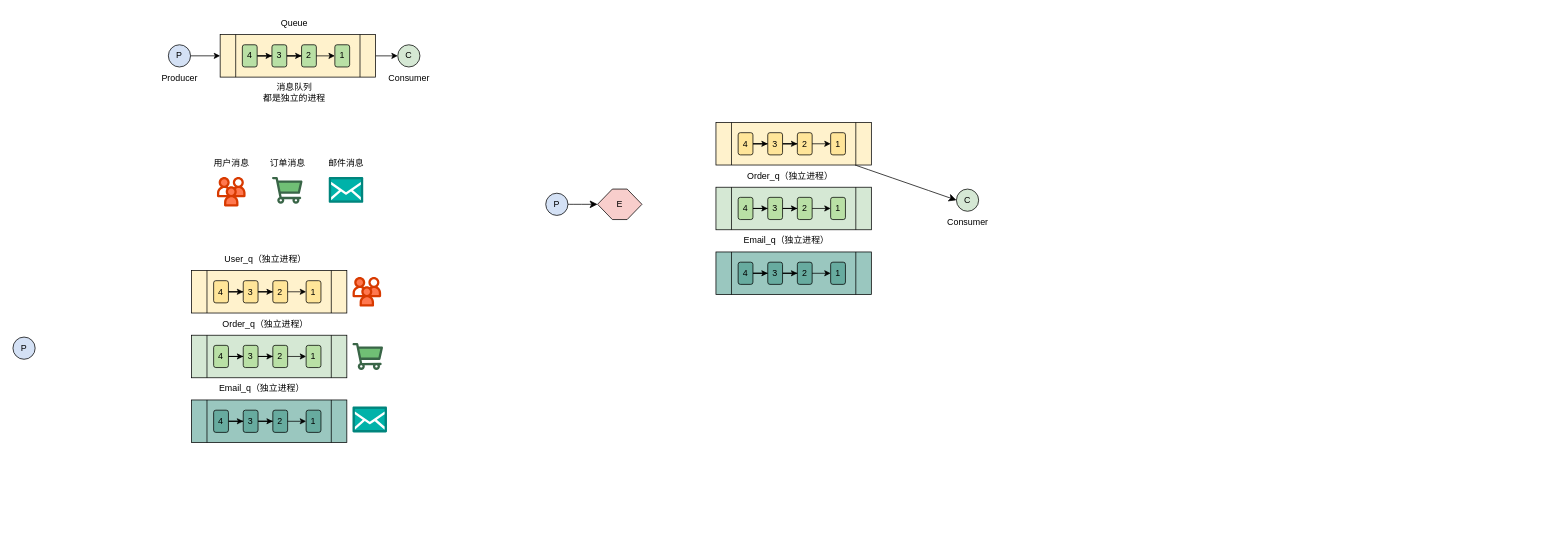
Earlier version of the draw.io diagram Drawio/RabbitMQ.drawio (RainbowJier/RabbitMQ). Source tidied: cells renumbered, new cells numbered last; positions are measured from the earlier drawing's top-left corner, leaving out a move shared by most shapes. Both pictures are drawn from the tidied source at 74%, with x=0, y=0 at pixel (13, 12).
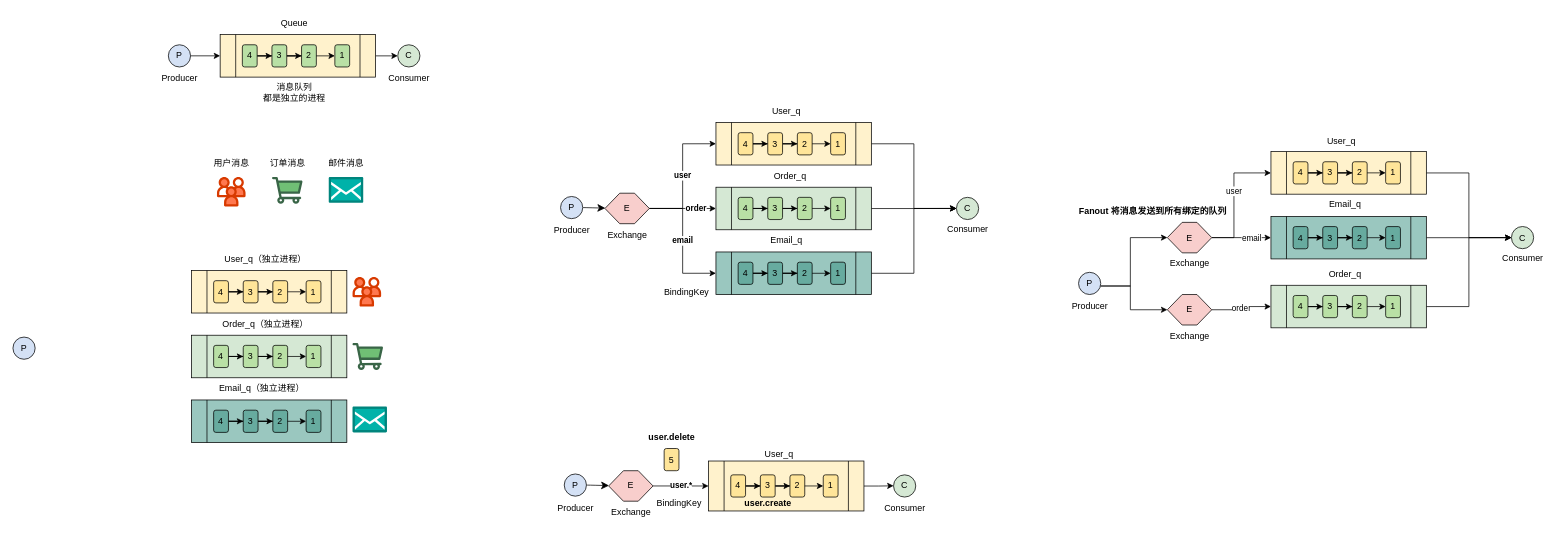
The same diagram, later.

The change refers to these unchanged cells:
```xml
<mxCell id="57" style="shape=process;whiteSpace=wrap;html=1;backgroundOutline=1;fillColor=#FFF2CC;" parent="1" vertex="1">
  <mxGeometry x="950" y="149" width="210" height="57.5" as="geometry" />
</mxCell>
<mxCell id="65" style="shape=process;whiteSpace=wrap;html=1;backgroundOutline=1;fillColor=#D5E8D4;" parent="1" vertex="1">
  <mxGeometry x="950" y="236.5" width="210" height="57.5" as="geometry" />
</mxCell>
<mxCell id="74" style="shape=process;whiteSpace=wrap;html=1;backgroundOutline=1;fillColor=#9AC7BF;" parent="1" vertex="1">
  <mxGeometry x="950" y="324" width="210" height="57.5" as="geometry" />
</mxCell>
```

Diff of the diagram source:
```diff
@@
-    <mxCell id="56" style="edgeStyle=none;curved=1;rounded=0;jettySize=auto;html=1;entryX=0;entryY=0.5;entryDx=0;entryDy=0;fontSize=12;startSize=8;endSize=8;" parent="1" edge="1" source="57" target="86">
+    <mxCell id="56" style="edgeStyle=orthogonalEdgeStyle;rounded=0;jettySize=auto;html=1;entryX=0;entryY=0.5;entryDx=0;entryDy=0;" parent="1" edge="1" source="57" target="86">
       <mxGeometry relative="1" as="geometry" />
     </mxCell>
@@
+    <mxCell id="88" style="edgeStyle=orthogonalEdgeStyle;rounded=0;jettySize=auto;html=1;entryX=0;entryY=0.5;entryDx=0;entryDy=0;" parent="1" edge="1" source="65" target="86">
+      <mxGeometry relative="1" as="geometry" />
+    </mxCell>
@@
-    <mxCell id="73" value="Order_q（独立进程）" style="text;html=1;align=center;verticalAlign=middle;strokeColor=none;fillColor=none;" parent="1" vertex="1">
-      <mxGeometry x="980" y="206.5" width="140" height="30" as="geometry" />
+    <mxCell id="73" value="Order_q" style="text;html=1;align=center;verticalAlign=middle;strokeColor=none;fillColor=none;" parent="1" vertex="1">
+      <mxGeometry x="1015" y="206.5" width="70" height="30" as="geometry" />
     </mxCell>
+    <mxCell id="89" style="edgeStyle=orthogonalEdgeStyle;rounded=0;jettySize=auto;html=1;entryX=0;entryY=0.5;entryDx=0;entryDy=0;" parent="1" edge="1" source="74" target="86">
+      <mxGeometry relative="1" as="geometry" />
+    </mxCell>
@@
-    <mxCell id="82" value="Email_q（独立进程）" style="text;html=1;align=center;verticalAlign=middle;strokeColor=none;fillColor=none;" parent="1" vertex="1">
-      <mxGeometry x="975" y="294" width="140" height="30" as="geometry" />
+    <mxCell id="82" value="Email_q" style="text;html=1;align=center;verticalAlign=middle;strokeColor=none;fillColor=none;" parent="1" vertex="1">
+      <mxGeometry x="1010" y="294" width="70" height="30" as="geometry" />
     </mxCell>
@@
     <mxCell id="84" value="P" style="ellipse;whiteSpace=wrap;html=1;fillColor=#D4E1F5;" parent="1" vertex="1">
-      <mxGeometry x="720" y="244.6" width="30" height="30" as="geometry" />
+      <mxGeometry x="740" y="249" width="30" height="30" as="geometry" />
     </mxCell>
+    <mxCell id="90" value="user" style="edgeStyle=orthogonalEdgeStyle;rounded=0;jettySize=auto;html=1;entryX=0;entryY=0.5;entryDx=0;entryDy=0;fontStyle=1;" parent="1" edge="1" source="85" target="57">
+      <mxGeometry relative="1" as="geometry" />
+    </mxCell>
+    <mxCell id="91" value="order" style="edgeStyle=orthogonalEdgeStyle;rounded=0;jettySize=auto;html=1;entryX=0;entryY=0.5;entryDx=0;entryDy=0;fontStyle=1;" parent="1" edge="1" source="85" target="65">
+      <mxGeometry x="0.4" relative="1" as="geometry" />
+    </mxCell>
+    <mxCell id="92" value="email" style="edgeStyle=orthogonalEdgeStyle;rounded=0;jettySize=auto;html=1;entryX=0;entryY=0.5;entryDx=0;entryDy=0;fontStyle=1;" parent="1" edge="1" source="85" target="74">
+      <mxGeometry relative="1" as="geometry" />
+    </mxCell>
     <mxCell id="85" value="E" style="shape=hexagon;perimeter=hexagonPerimeter2;whiteSpace=wrap;html=1;fixedSize=1;fillColor=#F8CECC;" parent="1" vertex="1">
-      <mxGeometry x="790" y="239" width="60" height="41.2" as="geometry" />
+      <mxGeometry x="800" y="244.6" width="60" height="41.2" as="geometry" />
     </mxCell>
     <mxCell id="86" value="C" style="ellipse;whiteSpace=wrap;html=1;fillColor=#D5E8D4;" parent="1" vertex="1">
-      <mxGeometry x="1275" y="239" width="30" height="30" as="geometry" />
+      <mxGeometry x="1275" y="250.2" width="30" height="30" as="geometry" />
     </mxCell>
     <mxCell id="87" value="Consumer" style="text;html=1;align=center;verticalAlign=middle;strokeColor=none;fillColor=none;" parent="1" vertex="1">
-      <mxGeometry x="1250" y="269" width="80" height="30" as="geometry" />
+      <mxGeometry x="1250" y="279" width="80" height="30" as="geometry" />
     </mxCell>
+    <mxCell id="93" value="User_q" style="text;html=1;align=center;verticalAlign=middle;strokeColor=none;fillColor=none;" parent="1" vertex="1">
+      <mxGeometry x="1015" y="119" width="60" height="30" as="geometry" />
+    </mxCell>
+    <mxCell id="94" value="Producer" style="text;html=1;align=center;verticalAlign=middle;strokeColor=none;fillColor=none;" parent="1" vertex="1">
+      <mxGeometry x="720" y="280.2" width="70" height="30" as="geometry" />
+    </mxCell>
+    <mxCell id="95" value="Exchange" style="text;html=1;align=center;verticalAlign=middle;strokeColor=none;fillColor=none;" parent="1" vertex="1">
+      <mxGeometry x="790" y="285.9" width="80" height="30" as="geometry" />
+    </mxCell>
+    <mxCell id="96" value="&lt;blockquote style=&quot;margin: 0 0 0 40px; border: none; padding: 0px;&quot;&gt;BindingKey&lt;/blockquote&gt;" style="text;html=1;align=center;verticalAlign=middle;strokeColor=none;fillColor=none;" parent="1" vertex="1">
+      <mxGeometry x="830" y="362.8" width="120" height="30" as="geometry" />
+    </mxCell>
+    <mxCell id="97" style="edgeStyle=orthogonalEdgeStyle;rounded=0;jettySize=auto;html=1;" parent="1" edge="1" source="98">
+      <mxGeometry relative="1" as="geometry">
+        <mxPoint x="1190" y="640" as="targetPoint" />
+      </mxGeometry>
+    </mxCell>
+    <mxCell id="98" style="shape=process;whiteSpace=wrap;html=1;backgroundOutline=1;fillColor=#FFF2CC;" parent="1" vertex="1">
+      <mxGeometry x="940" y="606.5" width="210" height="67.5" as="geometry" />
+    </mxCell>
+    <mxCell id="99" style="edgeStyle=orthogonalEdgeStyle;rounded=0;jettySize=auto;html=1;" parent="1" edge="1" source="100" target="102">
+      <mxGeometry relative="1" as="geometry" />
+    </mxCell>
+    <mxCell id="100" value="4" style="rounded=1;whiteSpace=wrap;html=1;fillColor=#FFE599;" parent="1" vertex="1">
+      <mxGeometry x="970" y="625.2" width="20" height="30" as="geometry" />
+    </mxCell>
+    <mxCell id="101" style="edgeStyle=orthogonalEdgeStyle;rounded=0;jettySize=auto;html=1;" parent="1" edge="1" source="102" target="104">
+      <mxGeometry relative="1" as="geometry" />
+    </mxCell>
+    <mxCell id="102" value="3" style="rounded=1;whiteSpace=wrap;html=1;fillColor=#FFE599;" parent="1" vertex="1">
+      <mxGeometry x="1010" y="625.2" width="20" height="30" as="geometry" />
+    </mxCell>
+    <mxCell id="103" style="edgeStyle=orthogonalEdgeStyle;rounded=0;orthogonalLoop=1;jettySize=auto;html=1;" parent="1" edge="1">
+      <mxGeometry relative="1" as="geometry">
+        <mxPoint x="1065" y="640.2" as="sourcePoint" />
+        <mxPoint x="1095" y="640.2" as="targetPoint" />
+      </mxGeometry>
+    </mxCell>
+    <mxCell id="104" value="2" style="rounded=1;whiteSpace=wrap;html=1;fillColor=#FFE599;" parent="1" vertex="1">
+      <mxGeometry x="1050" y="625.2" width="20" height="30" as="geometry" />
+    </mxCell>
+    <mxCell id="105" value="1" style="rounded=1;whiteSpace=wrap;html=1;fillColor=#FFE599;" parent="1" vertex="1">
+      <mxGeometry x="1095" y="625.2" width="20" height="30" as="geometry" />
+    </mxCell>
+    <mxCell id="106" style="edgeStyle=none;curved=1;rounded=0;jettySize=auto;html=1;fontSize=12;startSize=8;endSize=8;" parent="1" edge="1" source="107" target="109">
+      <mxGeometry relative="1" as="geometry" />
+    </mxCell>
+    <mxCell id="107" value="P" style="ellipse;whiteSpace=wrap;html=1;fillColor=#D4E1F5;" parent="1" vertex="1">
+      <mxGeometry x="745" y="624" width="30" height="30" as="geometry" />
+    </mxCell>
+    <mxCell id="108" value="user.*" style="edgeStyle=orthogonalEdgeStyle;rounded=0;jettySize=auto;html=1;entryX=0;entryY=0.5;entryDx=0;entryDy=0;fontStyle=1;" parent="1" edge="1" source="109" target="98">
+      <mxGeometry relative="1" as="geometry" />
+    </mxCell>
+    <mxCell id="109" value="E" style="shape=hexagon;perimeter=hexagonPerimeter2;whiteSpace=wrap;html=1;fixedSize=1;fillColor=#F8CECC;" parent="1" vertex="1">
+      <mxGeometry x="805" y="619.6" width="60" height="41.2" as="geometry" />
+    </mxCell>
+    <mxCell id="110" value="C" style="ellipse;whiteSpace=wrap;html=1;fillColor=#D5E8D4;" parent="1" vertex="1">
+      <mxGeometry x="1190" y="625.2" width="30" height="30" as="geometry" />
+    </mxCell>
+    <mxCell id="111" value="User_q" style="text;html=1;align=center;verticalAlign=middle;strokeColor=none;fillColor=none;" parent="1" vertex="1">
+      <mxGeometry x="1005" y="581.5" width="60" height="30" as="geometry" />
+    </mxCell>
+    <mxCell id="112" value="Producer" style="text;html=1;align=center;verticalAlign=middle;strokeColor=none;fillColor=none;" parent="1" vertex="1">
+      <mxGeometry x="725" y="655.2" width="70" height="30" as="geometry" />
+    </mxCell>
+    <mxCell id="113" value="Exchange" style="text;html=1;align=center;verticalAlign=middle;strokeColor=none;fillColor=none;" parent="1" vertex="1">
+      <mxGeometry x="795" y="660.9" width="80" height="30" as="geometry" />
+    </mxCell>
+    <mxCell id="114" value="&lt;blockquote style=&quot;margin: 0 0 0 40px; border: none; padding: 0px;&quot;&gt;BindingKey&lt;/blockquote&gt;" style="text;html=1;align=center;verticalAlign=middle;strokeColor=none;fillColor=none;" parent="1" vertex="1">
+      <mxGeometry x="820" y="649" width="120" height="30" as="geometry" />
+    </mxCell>
+    <mxCell id="115" value="5" style="rounded=1;whiteSpace=wrap;html=1;fillColor=#FFE599;" parent="1" vertex="1">
+      <mxGeometry x="880" y="589.6" width="20" height="30" as="geometry" />
+    </mxCell>
+    <mxCell id="116" value="user.create" style="text;html=1;align=center;verticalAlign=middle;strokeColor=none;fillColor=none;fontStyle=1;" parent="1" vertex="1">
+      <mxGeometry x="980" y="649" width="80" height="30" as="geometry" />
+    </mxCell>
+    <mxCell id="117" value="Consumer" style="text;html=1;align=center;verticalAlign=middle;strokeColor=none;fillColor=none;" parent="1" vertex="1">
+      <mxGeometry x="1165" y="655.2" width="80" height="30" as="geometry" />
+    </mxCell>
+    <mxCell id="118" value="user.delete" style="text;html=1;align=center;verticalAlign=middle;strokeColor=none;fillColor=none;fontStyle=1;" parent="1" vertex="1">
+      <mxGeometry x="850" y="559.6" width="80" height="30" as="geometry" />
+    </mxCell>
+    <mxCell id="119" style="edgeStyle=orthogonalEdgeStyle;rounded=0;jettySize=auto;html=1;entryX=0;entryY=0.5;entryDx=0;entryDy=0;" parent="1" edge="1" source="120" target="140">
+      <mxGeometry relative="1" as="geometry" />
+    </mxCell>
+    <mxCell id="120" style="shape=process;whiteSpace=wrap;html=1;backgroundOutline=1;fillColor=#FFF2CC;" parent="1" vertex="1">
+      <mxGeometry x="1700" y="188.4" width="210" height="57.5" as="geometry" />
+    </mxCell>
+    <mxCell id="121" style="edgeStyle=orthogonalEdgeStyle;rounded=0;jettySize=auto;html=1;" parent="1" edge="1" source="122" target="124">
+      <mxGeometry relative="1" as="geometry" />
+    </mxCell>
+    <mxCell id="122" value="4" style="rounded=1;whiteSpace=wrap;html=1;fillColor=#FFE599;" parent="1" vertex="1">
+      <mxGeometry x="1730" y="202.1" width="20" height="30" as="geometry" />
+    </mxCell>
+    <mxCell id="123" style="edgeStyle=orthogonalEdgeStyle;rounded=0;jettySize=auto;html=1;" parent="1" edge="1" source="124" target="126">
+      <mxGeometry relative="1" as="geometry" />
+    </mxCell>
+    <mxCell id="124" value="3" style="rounded=1;whiteSpace=wrap;html=1;fillColor=#FFE599;" parent="1" vertex="1">
+      <mxGeometry x="1770" y="202.1" width="20" height="30" as="geometry" />
+    </mxCell>
+    <mxCell id="125" style="edgeStyle=orthogonalEdgeStyle;rounded=0;orthogonalLoop=1;jettySize=auto;html=1;" parent="1" edge="1">
+      <mxGeometry relative="1" as="geometry">
+        <mxPoint x="1825" y="217.1" as="sourcePoint" />
+        <mxPoint x="1855" y="217.1" as="targetPoint" />
+      </mxGeometry>
+    </mxCell>
+    <mxCell id="126" value="2" style="rounded=1;whiteSpace=wrap;html=1;fillColor=#FFE599;" parent="1" vertex="1">
+      <mxGeometry x="1810" y="202.1" width="20" height="30" as="geometry" />
+    </mxCell>
+    <mxCell id="127" value="1" style="rounded=1;whiteSpace=wrap;html=1;fillColor=#FFE599;" parent="1" vertex="1">
+      <mxGeometry x="1855" y="202.1" width="20" height="30" as="geometry" />
+    </mxCell>
+    <mxCell id="128" style="edgeStyle=orthogonalEdgeStyle;rounded=0;jettySize=auto;html=1;entryX=0;entryY=0.5;entryDx=0;entryDy=0;" parent="1" edge="1" source="145" target="140">
+      <mxGeometry relative="1" as="geometry" />
+    </mxCell>
+    <mxCell id="129" value="Order_q" style="text;html=1;align=center;verticalAlign=middle;strokeColor=none;fillColor=none;" parent="1" vertex="1">
+      <mxGeometry x="1765" y="339" width="70" height="30" as="geometry" />
+    </mxCell>
+    <mxCell id="130" style="edgeStyle=orthogonalEdgeStyle;rounded=0;jettySize=auto;html=1;entryX=0;entryY=0.5;entryDx=0;entryDy=0;" parent="1" edge="1" source="154" target="140">
+      <mxGeometry relative="1" as="geometry" />
+    </mxCell>
+    <mxCell id="131" value="Email_q" style="text;html=1;align=center;verticalAlign=middle;strokeColor=none;fillColor=none;" parent="1" vertex="1">
+      <mxGeometry x="1765" y="244.6" width="70" height="30" as="geometry" />
+    </mxCell>
+    <mxCell id="132" style="edgeStyle=orthogonalEdgeStyle;rounded=0;jettySize=auto;html=1;entryX=0;entryY=0.5;entryDx=0;entryDy=0;" parent="1" edge="1" source="134" target="139">
+      <mxGeometry relative="1" as="geometry">
+        <Array as="points">
+          <mxPoint x="1510" y="370" />
+          <mxPoint x="1510" y="305" />
+        </Array>
+      </mxGeometry>
+    </mxCell>
+    <mxCell id="133" style="edgeStyle=orthogonalEdgeStyle;rounded=0;jettySize=auto;html=1;entryX=0;entryY=0.5;entryDx=0;entryDy=0;" parent="1" edge="1" source="134" target="163">
+      <mxGeometry relative="1" as="geometry">
+        <Array as="points">
+          <mxPoint x="1510" y="370" />
+          <mxPoint x="1510" y="402" />
+        </Array>
+      </mxGeometry>
+    </mxCell>
+    <mxCell id="134" value="P" style="ellipse;whiteSpace=wrap;html=1;fillColor=#D4E1F5;" parent="1" vertex="1">
+      <mxGeometry x="1440" y="351.5" width="30" height="30" as="geometry" />
+    </mxCell>
+    <mxCell id="135" style="edgeStyle=orthogonalEdgeStyle;rounded=0;jettySize=auto;html=1;entryX=0;entryY=0.5;entryDx=0;entryDy=0;fontStyle=1;" parent="1" edge="1" source="139" target="120">
+      <mxGeometry relative="1" as="geometry">
+        <Array as="points">
+          <mxPoint x="1650" y="305" />
+          <mxPoint x="1650" y="217" />
+        </Array>
+      </mxGeometry>
+    </mxCell>
+    <mxCell id="136" value="user" style="edgeLabel;html=1;align=center;verticalAlign=middle;" parent="135" vertex="1">
+      <mxGeometry x="0.11" y="1" relative="1" as="geometry" />
+    </mxCell>
+    <mxCell id="137" style="edgeStyle=orthogonalEdgeStyle;rounded=0;jettySize=auto;html=1;entryX=0;entryY=0.5;entryDx=0;entryDy=0;fontStyle=1;" parent="1" edge="1" source="139" target="154">
+      <mxGeometry relative="1" as="geometry" />
+    </mxCell>
+    <mxCell id="138" value="email" style="edgeLabel;html=1;align=center;verticalAlign=middle;" parent="137" vertex="1">
+      <mxGeometry x="0.34" y="-3" relative="1" as="geometry">
+        <mxPoint y="-3" as="offset" />
+      </mxGeometry>
+    </mxCell>
+    <mxCell id="139" value="E" style="shape=hexagon;perimeter=hexagonPerimeter2;whiteSpace=wrap;html=1;fixedSize=1;fillColor=#F8CECC;" parent="1" vertex="1">
+      <mxGeometry x="1560" y="284" width="60" height="41.2" as="geometry" />
+    </mxCell>
+    <mxCell id="140" value="C" style="ellipse;whiteSpace=wrap;html=1;fillColor=#D5E8D4;" parent="1" vertex="1">
+      <mxGeometry x="2025" y="289.6" width="30" height="30" as="geometry" />
+    </mxCell>
+    <mxCell id="141" value="Consumer" style="text;html=1;align=center;verticalAlign=middle;strokeColor=none;fillColor=none;" parent="1" vertex="1">
+      <mxGeometry x="2000" y="318.4" width="80" height="30" as="geometry" />
+    </mxCell>
+    <mxCell id="142" value="User_q" style="text;html=1;align=center;verticalAlign=middle;strokeColor=none;fillColor=none;" parent="1" vertex="1">
+      <mxGeometry x="1765" y="159" width="60" height="30" as="geometry" />
+    </mxCell>
+    <mxCell id="143" value="Producer" style="text;html=1;align=center;verticalAlign=middle;strokeColor=none;fillColor=none;" parent="1" vertex="1">
+      <mxGeometry x="1420" y="381.5" width="70" height="30" as="geometry" />
+    </mxCell>
+    <mxCell id="144" style="group;" parent="1" vertex="1">
+      <mxGeometry x="1700" y="369" width="210" height="57.5" as="geometry" />
+    </mxCell>
+    <mxCell id="145" style="shape=process;whiteSpace=wrap;html=1;backgroundOutline=1;fillColor=#D5E8D4;" parent="144" vertex="1">
+      <mxGeometry width="210" height="57.5" as="geometry" />
+    </mxCell>
+    <mxCell id="146" style="edgeStyle=orthogonalEdgeStyle;rounded=0;jettySize=auto;html=1;" parent="144" edge="1" source="147" target="149">
+      <mxGeometry relative="1" as="geometry" />
+    </mxCell>
+    <mxCell id="147" value="4" style="rounded=1;whiteSpace=wrap;html=1;fillColor=#B9E0A5;" parent="144" vertex="1">
+      <mxGeometry x="30" y="13.8" width="20" height="30" as="geometry" />
+    </mxCell>
+    <mxCell id="148" style="edgeStyle=orthogonalEdgeStyle;rounded=0;jettySize=auto;html=1;" parent="144" edge="1" source="149" target="151">
+      <mxGeometry relative="1" as="geometry" />
+    </mxCell>
+    <mxCell id="149" value="3" style="rounded=1;whiteSpace=wrap;html=1;fillColor=#B9E0A5;" parent="144" vertex="1">
+      <mxGeometry x="70" y="13.8" width="20" height="30" as="geometry" />
+    </mxCell>
+    <mxCell id="150" style="edgeStyle=orthogonalEdgeStyle;rounded=0;orthogonalLoop=1;jettySize=auto;html=1;" parent="144" edge="1">
+      <mxGeometry relative="1" as="geometry">
+        <mxPoint x="125" y="28.8" as="sourcePoint" />
+        <mxPoint x="155" y="28.8" as="targetPoint" />
+      </mxGeometry>
+    </mxCell>
+    <mxCell id="151" value="2" style="rounded=1;whiteSpace=wrap;html=1;fillColor=#B9E0A5;" parent="144" vertex="1">
+      <mxGeometry x="110" y="13.8" width="20" height="30" as="geometry" />
+    </mxCell>
+    <mxCell id="152" value="1" style="rounded=1;whiteSpace=wrap;html=1;fillColor=#B9E0A5;" parent="144" vertex="1">
+      <mxGeometry x="155" y="13.8" width="20" height="30" as="geometry" />
+    </mxCell>
+    <mxCell id="153" style="group;" parent="1" vertex="1">
+      <mxGeometry x="1700" y="275.9" width="210" height="57.5" as="geometry" />
+    </mxCell>
+    <mxCell id="154" style="shape=process;whiteSpace=wrap;html=1;backgroundOutline=1;fillColor=#9AC7BF;" parent="153" vertex="1">
+      <mxGeometry width="210" height="57.5" as="geometry" />
+    </mxCell>
+    <mxCell id="155" style="edgeStyle=orthogonalEdgeStyle;rounded=0;jettySize=auto;html=1;" parent="153" edge="1" source="156" target="158">
+      <mxGeometry relative="1" as="geometry" />
+    </mxCell>
+    <mxCell id="156" value="4" style="rounded=1;whiteSpace=wrap;html=1;fillColor=#67AB9F;" parent="153" vertex="1">
+      <mxGeometry x="30" y="13.8" width="20" height="30" as="geometry" />
+    </mxCell>
+    <mxCell id="157" style="edgeStyle=orthogonalEdgeStyle;rounded=0;jettySize=auto;html=1;" parent="153" edge="1" source="158" target="160">
+      <mxGeometry relative="1" as="geometry" />
+    </mxCell>
+    <mxCell id="158" value="3" style="rounded=1;whiteSpace=wrap;html=1;fillColor=#67AB9F;" parent="153" vertex="1">
+      <mxGeometry x="70" y="13.8" width="20" height="30" as="geometry" />
+    </mxCell>
+    <mxCell id="159" style="edgeStyle=orthogonalEdgeStyle;rounded=0;orthogonalLoop=1;jettySize=auto;html=1;" parent="153" edge="1">
+      <mxGeometry relative="1" as="geometry">
+        <mxPoint x="125" y="28.8" as="sourcePoint" />
+        <mxPoint x="155" y="28.8" as="targetPoint" />
+      </mxGeometry>
+    </mxCell>
+    <mxCell id="160" value="2" style="rounded=1;whiteSpace=wrap;html=1;fillColor=#67AB9F;" parent="153" vertex="1">
+      <mxGeometry x="110" y="13.8" width="20" height="30" as="geometry" />
+    </mxCell>
+    <mxCell id="161" value="1" style="rounded=1;whiteSpace=wrap;html=1;fillColor=#67AB9F;" parent="153" vertex="1">
+      <mxGeometry x="155" y="13.8" width="20" height="30" as="geometry" />
+    </mxCell>
+    <mxCell id="162" value="order" style="edgeStyle=orthogonalEdgeStyle;rounded=0;jettySize=auto;html=1;entryX=0;entryY=0.5;entryDx=0;entryDy=0;" parent="1" edge="1" source="163" target="145">
+      <mxGeometry relative="1" as="geometry" />
+    </mxCell>
+    <mxCell id="163" value="E" style="shape=hexagon;perimeter=hexagonPerimeter2;whiteSpace=wrap;html=1;fixedSize=1;fillColor=#F8CECC;" parent="1" vertex="1">
+      <mxGeometry x="1560" y="381.5" width="60" height="41.2" as="geometry" />
+    </mxCell>
+    <mxCell id="164" value="Exchange" style="text;html=1;align=center;verticalAlign=middle;strokeColor=none;fillColor=none;" parent="1" vertex="1">
+      <mxGeometry x="1550" y="324" width="80" height="30" as="geometry" />
+    </mxCell>
+    <mxCell id="165" value="Exchange" style="text;html=1;align=center;verticalAlign=middle;strokeColor=none;fillColor=none;" parent="1" vertex="1">
+      <mxGeometry x="1550" y="422.8" width="80" height="30" as="geometry" />
+    </mxCell>
+    <mxCell id="166" value="Fanout 将消息发送到所有绑定的队列" style="text;html=1;align=center;verticalAlign=middle;strokeColor=none;fillColor=none;fontStyle=1;" parent="1" vertex="1">
+      <mxGeometry x="1430" y="254" width="220" height="30" as="geometry" />
+    </mxCell>
```
